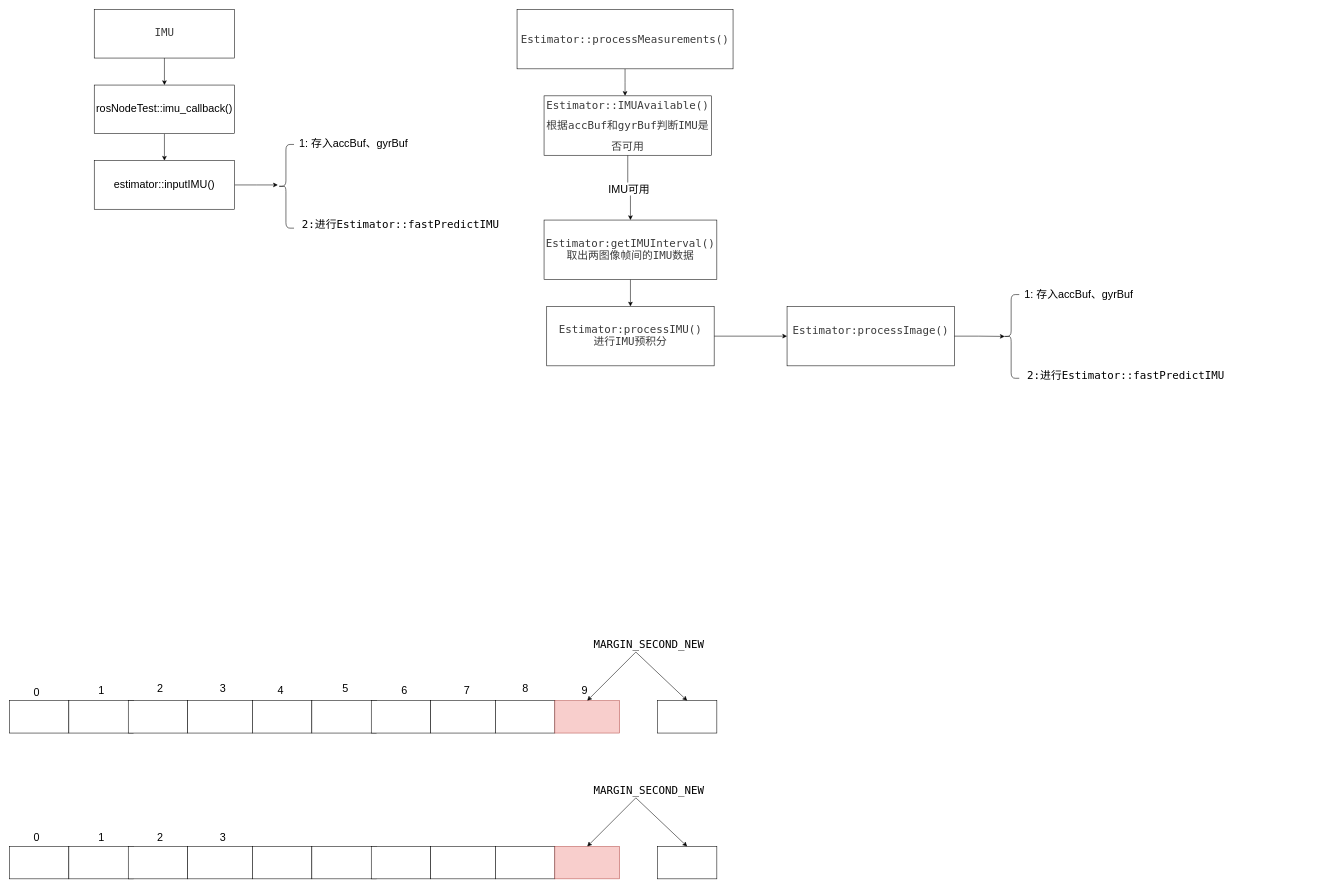
Above: IMU阻塞处理.drawio in buyibo64/flowChart (draw.io), before the change. Source tidied: cells renumbered, new cells numbered last; positions are measured from the earlier drawing's top-left corner, leaving out a move shared by most shapes. Both pictures are drawn from the tidied source at 54%, with x=0, y=0 at pixel (9, 9).
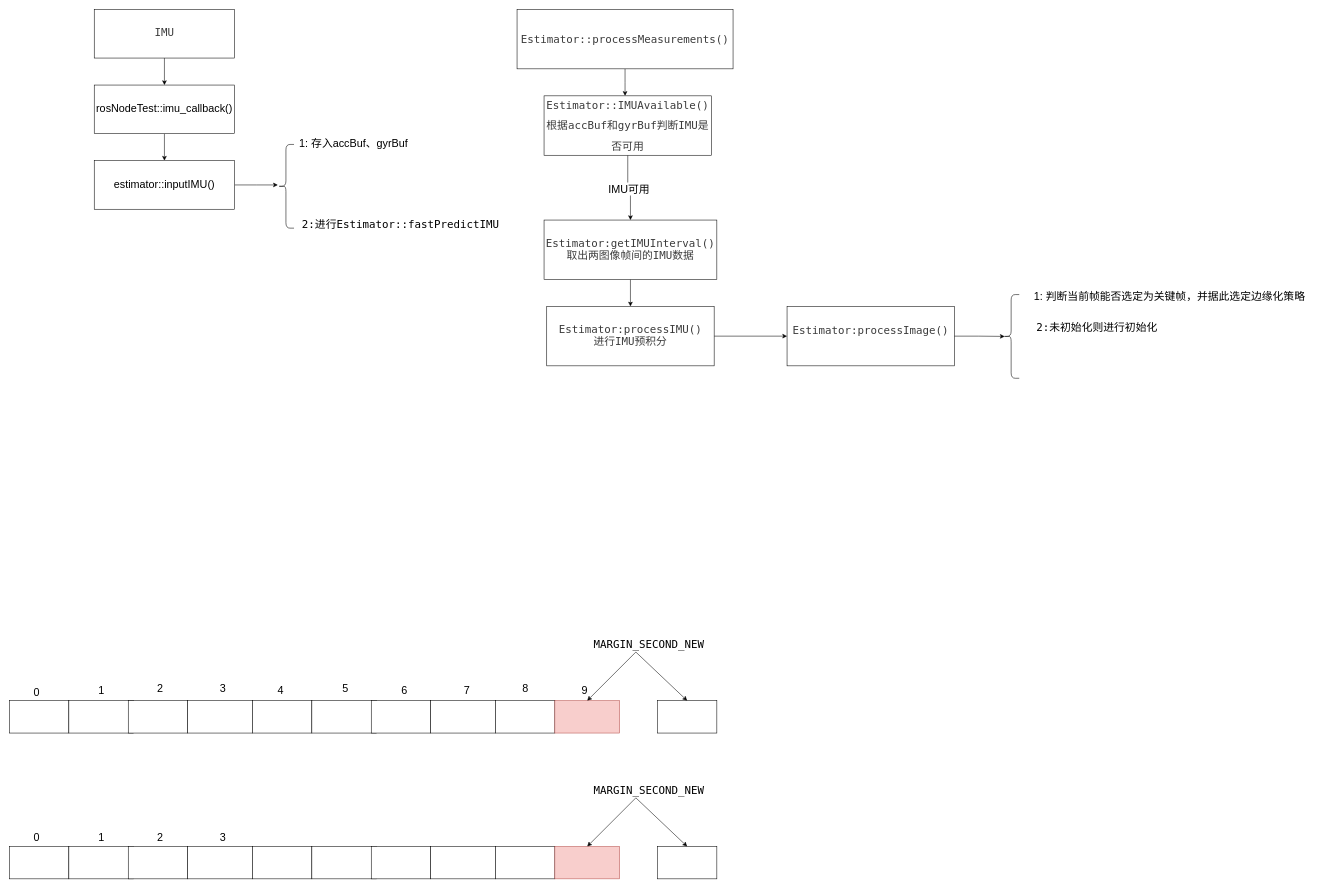
After the change.

Commit message:
更新IMU阻塞处理.drawio

The edit, as a diff of the source:
```diff
@@
-    <mxCell id="62" value="&lt;font style=&quot;font-size: 20px;&quot;&gt;1: 存入accBuf、gyrBuf&lt;br&gt;&lt;br&gt;&lt;/font&gt;" style="text;html=1;align=center;verticalAlign=middle;strokeColor=none;fillColor=none;" parent="1" vertex="1">
-      <mxGeometry x="1870" y="508" width="220" height="60" as="geometry" />
+    <mxCell id="62" value="&lt;font style=&quot;font-size: 20px;&quot;&gt;1: 判断当前帧能否选定为关键帧，并据此选定边缘化策略&lt;br&gt;&lt;/font&gt;" style="text;html=1;align=center;verticalAlign=middle;strokeColor=none;fillColor=none;" parent="1" vertex="1">
+      <mxGeometry x="1883" y="510" width="530" height="40" as="geometry" />
     </mxCell>
-    <mxCell id="63" value="&lt;font style=&quot;font-size: 20px;&quot;&gt;&lt;span class=&quot;mtk15&quot; style=&quot;font-family: &amp;quot;Droid Sans Mono&amp;quot;, &amp;quot;monospace&amp;quot;, monospace; font-style: normal; font-variant-ligatures: normal; font-variant-caps: normal; font-weight: 400; letter-spacing: normal; orphans: 2; text-align: start; text-indent: 0px; text-transform: none; widows: 2; word-spacing: 0px; -webkit-text-stroke-width: 0px; background-color: rgb(255, 255, 255); text-decoration-thickness: initial; text-decoration-style: initial; text-decoration-color: initial;&quot;&gt;2:进行Estimator&lt;/span&gt;&lt;span class=&quot;mtk1&quot; style=&quot;font-family: &amp;quot;Droid Sans Mono&amp;quot;, &amp;quot;monospace&amp;quot;, monospace; font-style: normal; font-variant-ligatures: normal; font-variant-caps: normal; font-weight: 400; letter-spacing: normal; orphans: 2; text-align: start; text-indent: 0px; text-transform: none; widows: 2; word-spacing: 0px; -webkit-text-stroke-width: 0px; background-color: rgb(255, 255, 255); text-decoration-thickness: initial; text-decoration-style: initial; text-decoration-color: initial;&quot;&gt;::&lt;/span&gt;&lt;span class=&quot;mtk14&quot; style=&quot;font-family: &amp;quot;Droid Sans Mono&amp;quot;, &amp;quot;monospace&amp;quot;, monospace; font-style: normal; font-variant-ligatures: normal; font-variant-caps: normal; font-weight: 400; letter-spacing: normal; orphans: 2; text-align: start; text-indent: 0px; text-transform: none; widows: 2; word-spacing: 0px; -webkit-text-stroke-width: 0px; background-color: rgb(255, 255, 255); text-decoration-thickness: initial; text-decoration-style: initial; text-decoration-color: initial;&quot;&gt;fastPredictIMU&lt;/span&gt;&lt;/font&gt;" style="text;whiteSpace=wrap;html=1;" parent="1" vertex="1">
-      <mxGeometry x="1883" y="658" width="370" height="40" as="geometry" />
+    <mxCell id="63" value="&lt;font style=&quot;font-size: 20px;&quot;&gt;&lt;span class=&quot;mtk15&quot; style=&quot;font-family: &amp;quot;Droid Sans Mono&amp;quot;, &amp;quot;monospace&amp;quot;, monospace; font-style: normal; font-variant-ligatures: normal; font-variant-caps: normal; font-weight: 400; letter-spacing: normal; orphans: 2; text-align: start; text-indent: 0px; text-transform: none; widows: 2; word-spacing: 0px; -webkit-text-stroke-width: 0px; background-color: rgb(255, 255, 255); text-decoration-thickness: initial; text-decoration-style: initial; text-decoration-color: initial;&quot;&gt;2:未初始化则进行初始化&lt;/span&gt;&lt;/font&gt;" style="text;whiteSpace=wrap;html=1;" parent="1" vertex="1">
+      <mxGeometry x="1900" y="570" width="370" height="40" as="geometry" />
     </mxCell>
```
